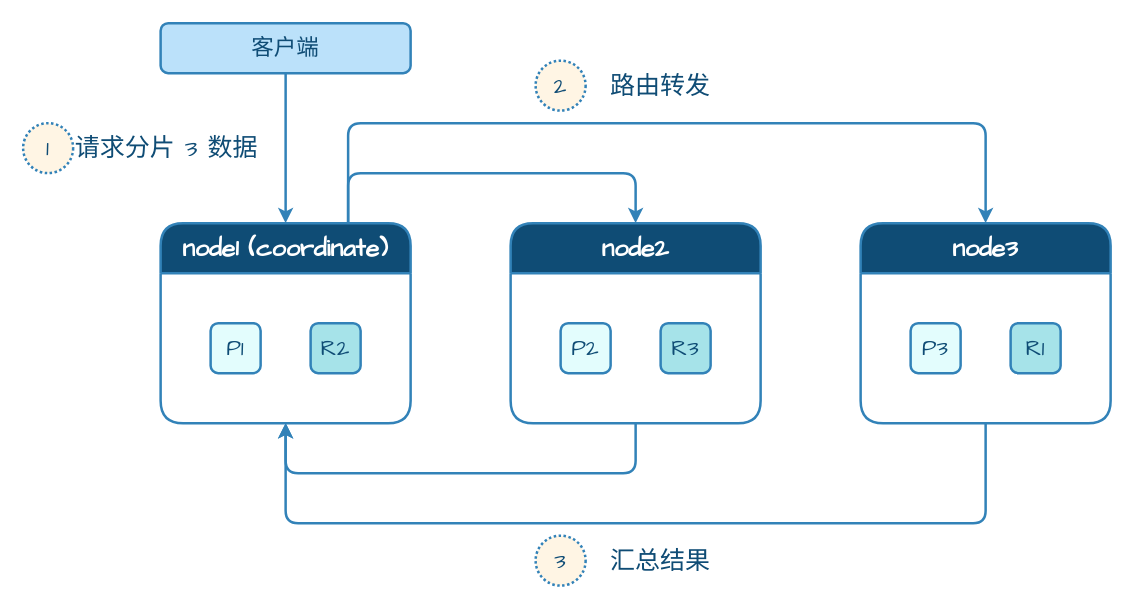
The draw.io diagram page "查询流程（Query）" (1 of 4) of assets/数据库/搜索引擎数据库/Elasticsearch_架构.drawio in dunwu/waterdrop, before the edit. Source tidied: cells renumbered, new cells numbered last; positions are measured from the earlier drawing's top-left corner, leaving out a move shared by most shapes. Both pictures are drawn from the tidied source at 125%, with x=0, y=0 at pixel (22, 22).
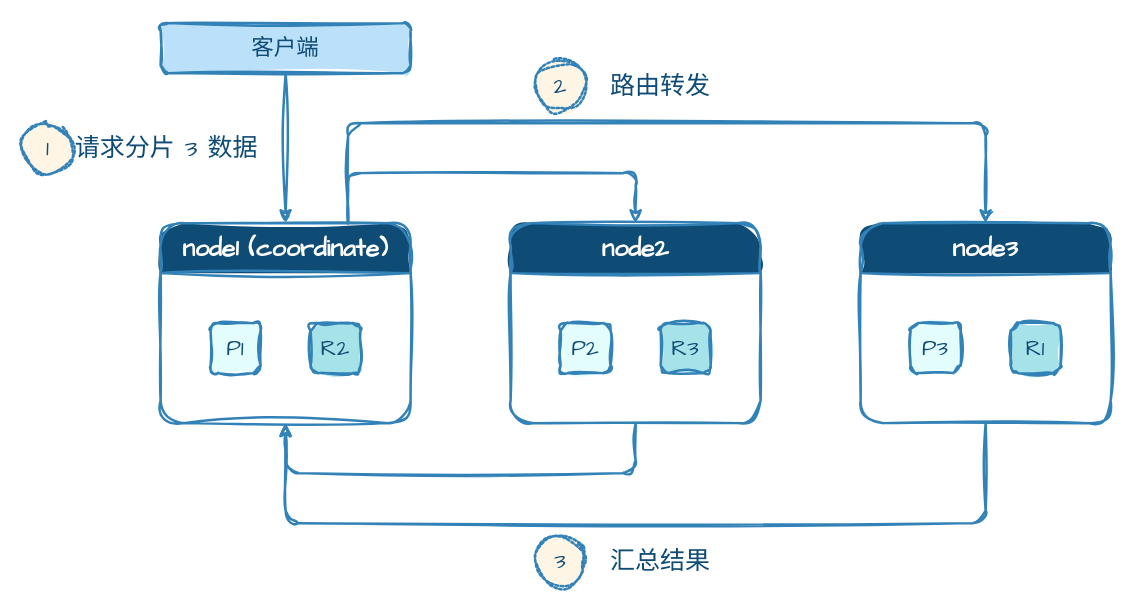
The same diagram, later.

Change to the diagram source:
```diff
@@
-    <mxCell id="2" style="edgeStyle=orthogonalEdgeStyle;shape=connector;rounded=1;jettySize=auto;html=1;exitX=0.75;exitY=0;exitDx=0;exitDy=0;entryX=0.5;entryY=0;entryDx=0;entryDy=0;labelBackgroundColor=default;strokeColor=#3282B8;strokeWidth=2;align=center;verticalAlign=middle;fontFamily=Comic Sans MS;fontSize=18;fontColor=#0F4C75;endArrow=classic;" parent="1" edge="1" source="4" target="12">
+    <mxCell id="2" style="edgeStyle=orthogonalEdgeStyle;shape=connector;rounded=1;jettySize=auto;html=1;exitX=0.75;exitY=0;exitDx=0;exitDy=0;entryX=0.5;entryY=0;entryDx=0;entryDy=0;labelBackgroundColor=default;strokeColor=#3282B8;strokeWidth=2;align=center;verticalAlign=middle;fontFamily=Comic Sans MS;fontSize=18;fontColor=#0F4C75;endArrow=classic;sketch=1;curveFitting=1;jiggle=2;" parent="1" edge="1" source="4" target="12">
       <mxGeometry relative="1" as="geometry">
         <Array as="points">
           <mxPoint x="260" y="80" />
           <mxPoint x="770" y="80" />
         </Array>
       </mxGeometry>
     </mxCell>
-    <mxCell id="3" style="edgeStyle=orthogonalEdgeStyle;shape=connector;rounded=1;jettySize=auto;html=1;exitX=0.75;exitY=0;exitDx=0;exitDy=0;entryX=0.5;entryY=0;entryDx=0;entryDy=0;labelBackgroundColor=default;strokeColor=#3282B8;strokeWidth=2;align=center;verticalAlign=middle;fontFamily=Comic Sans MS;fontSize=18;fontColor=#0F4C75;endArrow=classic;" parent="1" edge="1" source="4" target="8">
+    <mxCell id="3" style="edgeStyle=orthogonalEdgeStyle;shape=connector;rounded=1;jettySize=auto;html=1;exitX=0.75;exitY=0;exitDx=0;exitDy=0;entryX=0.5;entryY=0;entryDx=0;entryDy=0;labelBackgroundColor=default;strokeColor=#3282B8;strokeWidth=2;align=center;verticalAlign=middle;fontFamily=Comic Sans MS;fontSize=18;fontColor=#0F4C75;endArrow=classic;sketch=1;curveFitting=1;jiggle=2;" parent="1" edge="1" source="4" target="8">
       <mxGeometry relative="1" as="geometry">
         <Array as="points">
           <mxPoint x="260" y="120" />
           <mxPoint x="490" y="120" />
         </Array>
       </mxGeometry>
     </mxCell>
-    <mxCell id="4" value="node1 (coordinate)" style="swimlane;whiteSpace=wrap;html=1;rounded=1;shadow=0;strokeColor=#3282B8;strokeWidth=2;align=center;verticalAlign=middle;fontFamily=Comic Sans MS;fontSize=20;fontColor=#FFFFFF;fillColor=#0F4C75;startSize=40;fontStyle=1;swimlaneFillColor=none;swimlaneLine=1;" parent="1" vertex="1">
+    <mxCell id="4" value="node1 (coordinate)" style="swimlane;whiteSpace=wrap;html=1;rounded=1;shadow=0;strokeColor=#3282B8;strokeWidth=2;align=center;verticalAlign=middle;fontFamily=Comic Sans MS;fontSize=20;fontColor=#FFFFFF;fillColor=#0F4C75;startSize=40;fontStyle=1;swimlaneFillColor=none;swimlaneLine=1;sketch=1;curveFitting=1;jiggle=2;fillStyle=solid;" parent="1" vertex="1">
       <mxGeometry x="110" y="160" width="200" height="160" as="geometry" />
     </mxCell>
-    <mxCell id="5" value="P1" style="rounded=1;whiteSpace=wrap;html=1;shadow=0;strokeColor=#3282B8;strokeWidth=2;align=center;verticalAlign=middle;spacing=20;fontFamily=Comic Sans MS;fontSize=18;fontColor=#0F4C75;fillColor=#E3FDFD;" parent="4" vertex="1">
+    <mxCell id="5" value="P1" style="rounded=1;whiteSpace=wrap;html=1;shadow=0;strokeColor=#3282B8;strokeWidth=2;align=center;verticalAlign=middle;spacing=20;fontFamily=Comic Sans MS;fontSize=18;fontColor=#0F4C75;fillColor=#E3FDFD;sketch=1;curveFitting=1;jiggle=2;fillStyle=solid;" parent="4" vertex="1">
       <mxGeometry x="40" y="80" width="40" height="40" as="geometry" />
     </mxCell>
-    <mxCell id="6" value="R2" style="rounded=1;whiteSpace=wrap;html=1;shadow=0;strokeColor=#3282B8;strokeWidth=2;align=center;verticalAlign=middle;spacing=20;fontFamily=Comic Sans MS;fontSize=18;fontColor=#0F4C75;fillColor=#A6E3E9;" parent="4" vertex="1">
+    <mxCell id="6" value="R2" style="rounded=1;whiteSpace=wrap;html=1;shadow=0;strokeColor=#3282B8;strokeWidth=2;align=center;verticalAlign=middle;spacing=20;fontFamily=Comic Sans MS;fontSize=18;fontColor=#0F4C75;fillColor=#A6E3E9;sketch=1;curveFitting=1;jiggle=2;fillStyle=solid;" parent="4" vertex="1">
       <mxGeometry x="120" y="80" width="40" height="40" as="geometry" />
     </mxCell>
-    <mxCell id="7" style="edgeStyle=orthogonalEdgeStyle;shape=connector;rounded=1;jettySize=auto;html=1;exitX=0.5;exitY=1;exitDx=0;exitDy=0;entryX=0.5;entryY=1;entryDx=0;entryDy=0;labelBackgroundColor=default;strokeColor=#3282B8;strokeWidth=2;align=center;verticalAlign=middle;fontFamily=Comic Sans MS;fontSize=18;fontColor=#0F4C75;endArrow=classic;" parent="1" edge="1" source="8" target="4">
+    <mxCell id="7" style="edgeStyle=orthogonalEdgeStyle;shape=connector;rounded=1;jettySize=auto;html=1;exitX=0.5;exitY=1;exitDx=0;exitDy=0;entryX=0.5;entryY=1;entryDx=0;entryDy=0;labelBackgroundColor=default;strokeColor=#3282B8;strokeWidth=2;align=center;verticalAlign=middle;fontFamily=Comic Sans MS;fontSize=18;fontColor=#0F4C75;endArrow=classic;sketch=1;curveFitting=1;jiggle=2;" parent="1" edge="1" source="8" target="4">
       <mxGeometry relative="1" as="geometry">
         <Array as="points">
           <mxPoint x="490" y="360" />
           <mxPoint x="210" y="360" />
         </Array>
       </mxGeometry>
     </mxCell>
-    <mxCell id="8" value="node2" style="swimlane;whiteSpace=wrap;html=1;rounded=1;shadow=0;strokeColor=#3282B8;strokeWidth=2;align=center;verticalAlign=middle;fontFamily=Comic Sans MS;fontSize=20;fontColor=#FFFFFF;fillColor=#0F4C75;startSize=40;fontStyle=1;swimlaneFillColor=none;swimlaneLine=1;" parent="1" vertex="1">
+    <mxCell id="8" value="node2" style="swimlane;whiteSpace=wrap;html=1;rounded=1;shadow=0;strokeColor=#3282B8;strokeWidth=2;align=center;verticalAlign=middle;fontFamily=Comic Sans MS;fontSize=20;fontColor=#FFFFFF;fillColor=#0F4C75;startSize=40;fontStyle=1;swimlaneFillColor=none;swimlaneLine=1;sketch=1;curveFitting=1;jiggle=2;fillStyle=solid;" parent="1" vertex="1">
       <mxGeometry x="390" y="160" width="200" height="160" as="geometry" />
     </mxCell>
-    <mxCell id="9" value="P2" style="rounded=1;whiteSpace=wrap;html=1;shadow=0;strokeColor=#3282B8;strokeWidth=2;align=center;verticalAlign=middle;spacing=20;fontFamily=Comic Sans MS;fontSize=18;fontColor=#0F4C75;fillColor=#E3FDFD;" parent="8" vertex="1">
+    <mxCell id="9" value="P2" style="rounded=1;whiteSpace=wrap;html=1;shadow=0;strokeColor=#3282B8;strokeWidth=2;align=center;verticalAlign=middle;spacing=20;fontFamily=Comic Sans MS;fontSize=18;fontColor=#0F4C75;fillColor=#E3FDFD;sketch=1;curveFitting=1;jiggle=2;fillStyle=solid;" parent="8" vertex="1">
       <mxGeometry x="40" y="80" width="40" height="40" as="geometry" />
     </mxCell>
-    <mxCell id="10" value="R3" style="rounded=1;whiteSpace=wrap;html=1;shadow=0;strokeColor=#3282B8;strokeWidth=2;align=center;verticalAlign=middle;spacing=20;fontFamily=Comic Sans MS;fontSize=18;fontColor=#0F4C75;fillColor=#A6E3E9;" parent="8" vertex="1">
+    <mxCell id="10" value="R3" style="rounded=1;whiteSpace=wrap;html=1;shadow=0;strokeColor=#3282B8;strokeWidth=2;align=center;verticalAlign=middle;spacing=20;fontFamily=Comic Sans MS;fontSize=18;fontColor=#0F4C75;fillColor=#A6E3E9;sketch=1;curveFitting=1;jiggle=2;fillStyle=solid;" parent="8" vertex="1">
       <mxGeometry x="120" y="80" width="40" height="40" as="geometry" />
     </mxCell>
-    <mxCell id="11" style="edgeStyle=orthogonalEdgeStyle;shape=connector;rounded=1;jettySize=auto;html=1;exitX=0.5;exitY=1;exitDx=0;exitDy=0;labelBackgroundColor=default;strokeColor=#3282B8;strokeWidth=2;align=center;verticalAlign=middle;fontFamily=Comic Sans MS;fontSize=18;fontColor=#0F4C75;endArrow=classic;entryX=0.5;entryY=1;entryDx=0;entryDy=0;" parent="1" edge="1" source="12" target="4">
+    <mxCell id="11" style="edgeStyle=orthogonalEdgeStyle;shape=connector;rounded=1;jettySize=auto;html=1;exitX=0.5;exitY=1;exitDx=0;exitDy=0;labelBackgroundColor=default;strokeColor=#3282B8;strokeWidth=2;align=center;verticalAlign=middle;fontFamily=Comic Sans MS;fontSize=18;fontColor=#0F4C75;endArrow=classic;entryX=0.5;entryY=1;entryDx=0;entryDy=0;sketch=1;curveFitting=1;jiggle=2;" parent="1" edge="1" source="12" target="4">
       <mxGeometry relative="1" as="geometry">
         <Array as="points">
           <mxPoint x="770" y="400" />
           <mxPoint x="210" y="400" />
         </Array>
       </mxGeometry>
     </mxCell>
-    <mxCell id="12" value="node3" style="swimlane;whiteSpace=wrap;html=1;rounded=1;shadow=0;strokeColor=#3282B8;strokeWidth=2;align=center;verticalAlign=middle;fontFamily=Comic Sans MS;fontSize=20;fontColor=#FFFFFF;fillColor=#0F4C75;startSize=40;fontStyle=1;swimlaneFillColor=none;swimlaneLine=1;" parent="1" vertex="1">
+    <mxCell id="12" value="node3" style="swimlane;whiteSpace=wrap;html=1;rounded=1;shadow=0;strokeColor=#3282B8;strokeWidth=2;align=center;verticalAlign=middle;fontFamily=Comic Sans MS;fontSize=20;fontColor=#FFFFFF;fillColor=#0F4C75;startSize=40;fontStyle=1;swimlaneFillColor=none;swimlaneLine=1;sketch=1;curveFitting=1;jiggle=2;fillStyle=solid;" parent="1" vertex="1">
       <mxGeometry x="670" y="160" width="200" height="160" as="geometry" />
     </mxCell>
-    <mxCell id="13" value="P3" style="rounded=1;whiteSpace=wrap;html=1;shadow=0;strokeColor=#3282B8;strokeWidth=2;align=center;verticalAlign=middle;spacing=20;fontFamily=Comic Sans MS;fontSize=18;fontColor=#0F4C75;fillColor=#E3FDFD;" parent="12" vertex="1">
+    <mxCell id="13" value="P3" style="rounded=1;whiteSpace=wrap;html=1;shadow=0;strokeColor=#3282B8;strokeWidth=2;align=center;verticalAlign=middle;spacing=20;fontFamily=Comic Sans MS;fontSize=18;fontColor=#0F4C75;fillColor=#E3FDFD;sketch=1;curveFitting=1;jiggle=2;fillStyle=solid;" parent="12" vertex="1">
       <mxGeometry x="40" y="80" width="40" height="40" as="geometry" />
     </mxCell>
-    <mxCell id="14" value="R1" style="rounded=1;whiteSpace=wrap;html=1;shadow=0;strokeColor=#3282B8;strokeWidth=2;align=center;verticalAlign=middle;spacing=20;fontFamily=Comic Sans MS;fontSize=18;fontColor=#0F4C75;fillColor=#A6E3E9;" parent="12" vertex="1">
+    <mxCell id="14" value="R1" style="rounded=1;whiteSpace=wrap;html=1;shadow=0;strokeColor=#3282B8;strokeWidth=2;align=center;verticalAlign=middle;spacing=20;fontFamily=Comic Sans MS;fontSize=18;fontColor=#0F4C75;fillColor=#A6E3E9;sketch=1;curveFitting=1;jiggle=2;fillStyle=solid;" parent="12" vertex="1">
       <mxGeometry x="120" y="80" width="40" height="40" as="geometry" />
     </mxCell>
-    <mxCell id="15" style="edgeStyle=orthogonalEdgeStyle;shape=connector;rounded=1;jettySize=auto;html=1;exitX=0.5;exitY=1;exitDx=0;exitDy=0;entryX=0.5;entryY=0;entryDx=0;entryDy=0;labelBackgroundColor=default;strokeColor=#3282B8;strokeWidth=2;align=center;verticalAlign=middle;fontFamily=Comic Sans MS;fontSize=18;fontColor=#0F4C75;endArrow=classic;" parent="1" edge="1" source="16" target="4">
+    <mxCell id="15" style="edgeStyle=orthogonalEdgeStyle;shape=connector;rounded=1;jettySize=auto;html=1;exitX=0.5;exitY=1;exitDx=0;exitDy=0;entryX=0.5;entryY=0;entryDx=0;entryDy=0;labelBackgroundColor=default;strokeColor=#3282B8;strokeWidth=2;align=center;verticalAlign=middle;fontFamily=Comic Sans MS;fontSize=18;fontColor=#0F4C75;endArrow=classic;sketch=1;curveFitting=1;jiggle=2;" parent="1" edge="1" source="16" target="4">
       <mxGeometry relative="1" as="geometry" />
     </mxCell>
-    <mxCell id="16" value="客户端" style="rounded=1;whiteSpace=wrap;html=1;shadow=0;strokeColor=#3282B8;strokeWidth=2;align=center;verticalAlign=middle;spacing=20;fontFamily=Comic Sans MS;fontSize=18;fontColor=#0F4C75;fillColor=#BBE1FA;" parent="1" vertex="1">
+    <mxCell id="16" value="客户端" style="rounded=1;whiteSpace=wrap;html=1;shadow=0;strokeColor=#3282B8;strokeWidth=2;align=center;verticalAlign=middle;spacing=20;fontFamily=Comic Sans MS;fontSize=18;fontColor=#0F4C75;fillColor=#BBE1FA;sketch=1;curveFitting=1;jiggle=2;fillStyle=solid;" parent="1" vertex="1">
       <mxGeometry x="110" width="200" height="40" as="geometry" />
     </mxCell>
-    <mxCell id="17" value="2" style="ellipse;whiteSpace=wrap;html=1;rounded=1;shadow=0;dashed=1;dashPattern=1 1;strokeColor=#3282B8;strokeWidth=2;align=center;verticalAlign=middle;spacing=10;fontFamily=Comic Sans MS;fontSize=18;fontColor=#0F4C75;fillColor=#FFF5E4;" parent="1" vertex="1">
+    <mxCell id="17" value="2" style="ellipse;whiteSpace=wrap;html=1;rounded=1;shadow=0;dashed=1;dashPattern=1 1;strokeColor=#3282B8;strokeWidth=2;align=center;verticalAlign=middle;spacing=10;fontFamily=Comic Sans MS;fontSize=18;fontColor=#0F4C75;fillColor=#FFF5E4;sketch=1;curveFitting=1;jiggle=2;fillStyle=solid;" parent="1" vertex="1">
       <mxGeometry x="410" y="30" width="40" height="40" as="geometry" />
     </mxCell>
-    <mxCell id="18" value="路由转发" style="rounded=1;whiteSpace=wrap;html=1;strokeColor=none;fillColor=none;fontFamily=Comic Sans MS;fontStyle=0;fontColor=#0F4C75;shadow=0;fontSize=20;strokeWidth=2;dashed=1;dashPattern=1 1;align=center;verticalAlign=middle;spacingLeft=0;spacing=0;" parent="1" vertex="1">
+    <mxCell id="18" value="路由转发" style="rounded=1;whiteSpace=wrap;html=1;strokeColor=none;fillColor=none;fontFamily=Comic Sans MS;fontStyle=0;fontColor=#0F4C75;shadow=0;fontSize=20;strokeWidth=2;dashed=1;dashPattern=1 1;align=center;verticalAlign=middle;spacingLeft=0;spacing=0;sketch=1;curveFitting=1;jiggle=2;" parent="1" vertex="1">
       <mxGeometry x="450" y="30" width="120" height="40" as="geometry" />
     </mxCell>
-    <mxCell id="19" value="1" style="ellipse;whiteSpace=wrap;html=1;rounded=1;shadow=0;dashed=1;dashPattern=1 1;strokeColor=#3282B8;strokeWidth=2;align=center;verticalAlign=middle;spacing=10;fontFamily=Comic Sans MS;fontSize=18;fontColor=#0F4C75;fillColor=#FFF5E4;" parent="1" vertex="1">
+    <mxCell id="19" value="1" style="ellipse;whiteSpace=wrap;html=1;rounded=1;shadow=0;dashed=1;dashPattern=1 1;strokeColor=#3282B8;strokeWidth=2;align=center;verticalAlign=middle;spacing=10;fontFamily=Comic Sans MS;fontSize=18;fontColor=#0F4C75;fillColor=#FFF5E4;sketch=1;curveFitting=1;jiggle=2;fillStyle=solid;" parent="1" vertex="1">
       <mxGeometry y="80" width="40" height="40" as="geometry" />
     </mxCell>
-    <mxCell id="20" value="请求分片 3 数据" style="rounded=1;whiteSpace=wrap;html=1;strokeColor=none;fillColor=none;fontFamily=Comic Sans MS;fontStyle=0;fontColor=#0F4C75;shadow=0;fontSize=20;strokeWidth=2;dashed=1;dashPattern=1 1;align=center;verticalAlign=middle;spacingLeft=0;spacing=0;" parent="1" vertex="1">
+    <mxCell id="20" value="请求分片 3 数据" style="rounded=1;whiteSpace=wrap;html=1;strokeColor=none;fillColor=none;fontFamily=Comic Sans MS;fontStyle=0;fontColor=#0F4C75;shadow=0;fontSize=20;strokeWidth=2;dashed=1;dashPattern=1 1;align=center;verticalAlign=middle;spacingLeft=0;spacing=0;sketch=1;curveFitting=1;jiggle=2;" parent="1" vertex="1">
       <mxGeometry x="40" y="80" width="150" height="40" as="geometry" />
     </mxCell>
-    <mxCell id="21" value="3" style="ellipse;whiteSpace=wrap;html=1;rounded=1;shadow=0;dashed=1;dashPattern=1 1;strokeColor=#3282B8;strokeWidth=2;align=center;verticalAlign=middle;spacing=10;fontFamily=Comic Sans MS;fontSize=18;fontColor=#0F4C75;fillColor=#FFF5E4;" parent="1" vertex="1">
+    <mxCell id="21" value="3" style="ellipse;whiteSpace=wrap;html=1;rounded=1;shadow=0;dashed=1;dashPattern=1 1;strokeColor=#3282B8;strokeWidth=2;align=center;verticalAlign=middle;spacing=10;fontFamily=Comic Sans MS;fontSize=18;fontColor=#0F4C75;fillColor=#FFF5E4;sketch=1;curveFitting=1;jiggle=2;fillStyle=solid;" parent="1" vertex="1">
       <mxGeometry x="410" y="410" width="40" height="40" as="geometry" />
     </mxCell>
-    <mxCell id="22" value="汇总结果" style="rounded=1;whiteSpace=wrap;html=1;strokeColor=none;fillColor=none;fontFamily=Comic Sans MS;fontStyle=0;fontColor=#0F4C75;shadow=0;fontSize=20;strokeWidth=2;dashed=1;dashPattern=1 1;align=center;verticalAlign=middle;spacingLeft=0;spacing=0;" parent="1" vertex="1">
+    <mxCell id="22" value="汇总结果" style="rounded=1;whiteSpace=wrap;html=1;strokeColor=none;fillColor=none;fontFamily=Comic Sans MS;fontStyle=0;fontColor=#0F4C75;shadow=0;fontSize=20;strokeWidth=2;dashed=1;dashPattern=1 1;align=center;verticalAlign=middle;spacingLeft=0;spacing=0;sketch=1;curveFitting=1;jiggle=2;" parent="1" vertex="1">
       <mxGeometry x="450" y="410" width="120" height="40" as="geometry" />
     </mxCell>
```
